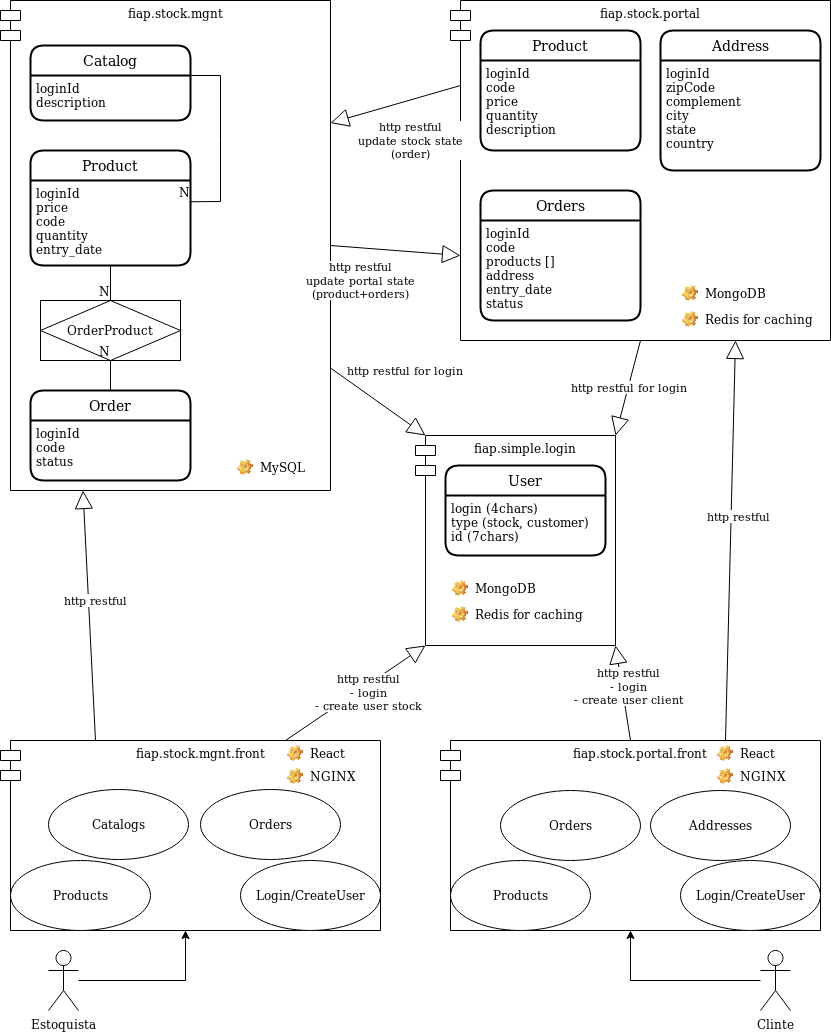
This is docs/fiap.stock.ecommerce.png from jeanvillete/fiap-stock-ecommerce, a draw.io export, as it was before one commit. Source tidied: cells renumbered, new cells last; positions are measured from the earlier drawing's top-left corner, leaving out a move shared by most shapes.
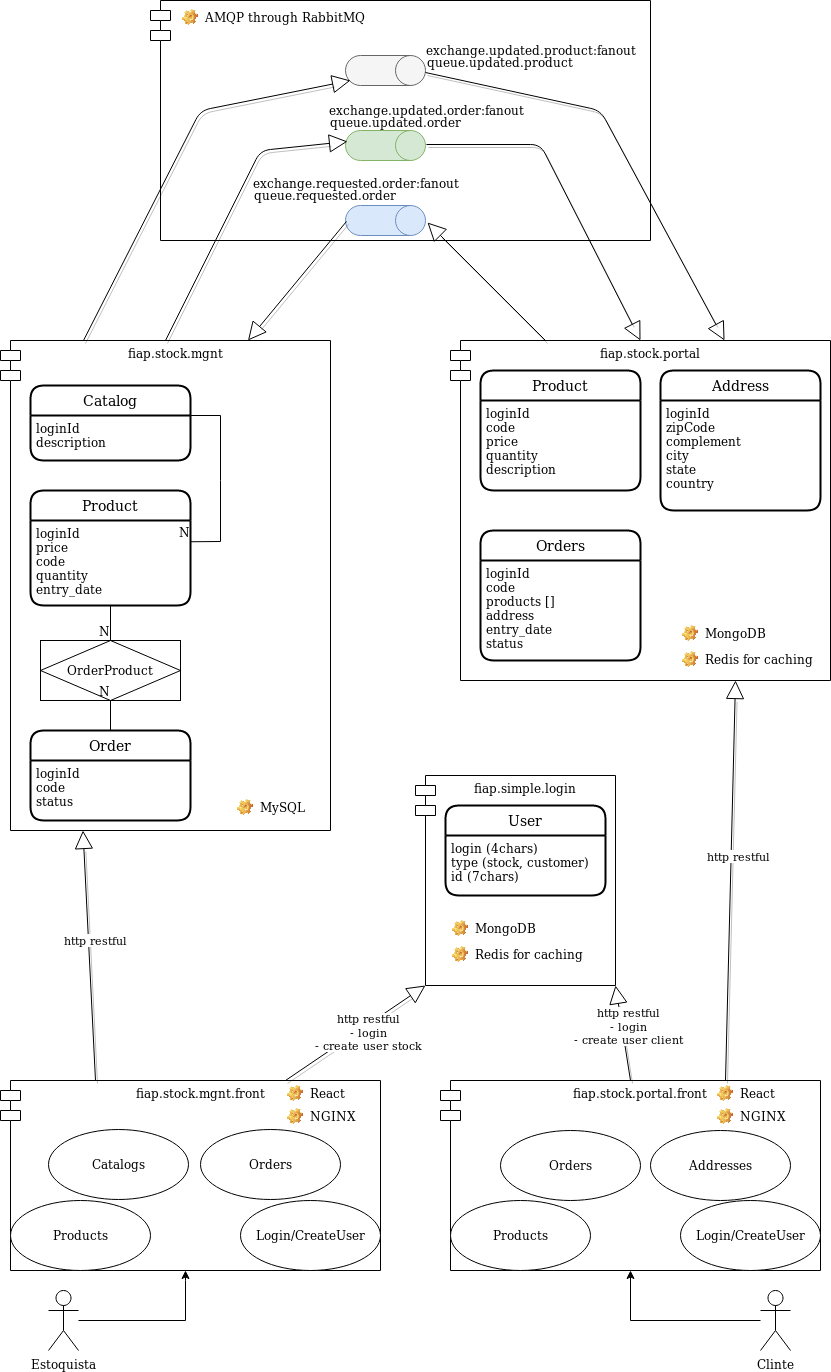
Above is the later version.

Commit message:
Adição da seção no readme para matéria; integrations and dev tools

[#11]

The edit, as a diff of the source:
```diff
@@ -65,18 +65,6 @@
     <mxCell id="20" value="loginId&#10;code&#10;status&#10;" style="align=left;strokeColor=none;fillColor=none;spacingLeft=4;fontSize=12;verticalAlign=top;" parent="19" vertex="1">
       <mxGeometry y="30" width="160" height="60" as="geometry" />
     </mxCell>
-    <mxCell id="21" value="&lt;div&gt;http restful &lt;br&gt;&lt;/div&gt;&lt;div&gt;update portal state&lt;br&gt;&lt;/div&gt;&lt;div&gt;(product+orders)&lt;/div&gt;" style="endArrow=block;endSize=16;endFill=0;html=1;exitX=1;exitY=0.5;exitDx=0;exitDy=0;entryX=0;entryY=0.75;entryDx=10;entryDy=0;entryPerimeter=0;" parent="1" edge="1" source="2" target="11">
-      <mxGeometry x="-0.5" y="-33" relative="1" as="geometry" />
-    </mxCell>
-    <mxCell id="22" value="&lt;div&gt;http restful&lt;/div&gt;&lt;div&gt;update stock state&lt;br&gt;&lt;/div&gt;&lt;div&gt;(order)&lt;/div&gt;" style="endArrow=block;endSize=16;endFill=0;html=1;entryX=1;entryY=0.25;entryDx=0;entryDy=0;exitX=0;exitY=0.25;exitDx=10;exitDy=0;exitPerimeter=0;" parent="1" edge="1" source="11" target="2">
-      <mxGeometry x="-0.06" y="39" relative="1" as="geometry" />
-    </mxCell>
-    <mxCell id="23" value="http restful for login" style="endArrow=block;endSize=16;endFill=0;html=1;exitX=1;exitY=0.75;exitDx=0;exitDy=0;entryX=0;entryY=0;entryDx=10;entryDy=0;entryPerimeter=0;" parent="1" edge="1" source="2" target="3">
-      <mxGeometry x="0.06" y="41" relative="1" as="geometry" />
-    </mxCell>
-    <mxCell id="24" value="http restful for login" style="endArrow=block;endSize=16;endFill=0;html=1;exitX=0.5;exitY=1;exitDx=0;exitDy=0;entryX=1;entryY=0;entryDx=0;entryDy=0;" parent="1" edge="1" source="11" target="3">
-      <mxGeometry relative="1" as="geometry" />
-    </mxCell>
     <mxCell id="25" value="MongoDB" style="label;fontStyle=0;strokeColor=none;fillColor=none;align=left;verticalAlign=top;overflow=hidden;spacingLeft=28;spacingRight=4;imageWidth=16;imageHeight=16;image=img/clipart/Gear_128x128.png;" parent="1" vertex="1">
       <mxGeometry x="675" y="280" width="120" height="26" as="geometry" />
     </mxCell>
@@ -131,16 +119,16 @@
     <mxCell id="42" value="Login/CreateUser" style="ellipse;whiteSpace=wrap;html=1;" parent="1" vertex="1">
       <mxGeometry x="680" y="860" width="140" height="70" as="geometry" />
     </mxCell>
-    <mxCell id="43" value="http restful " style="endArrow=block;endSize=16;endFill=0;html=1;exitX=0.25;exitY=0;exitDx=0;exitDy=0;entryX=0.25;entryY=1;entryDx=0;entryDy=0;" parent="1" edge="1" source="37" target="2">
+    <mxCell id="43" value="http restful " style="endArrow=block;endSize=16;endFill=0;html=1;exitX=0.25;exitY=0;exitDx=0;exitDy=0;entryX=0.25;entryY=1;entryDx=0;entryDy=0;shadow=1;" parent="1" edge="1" source="37" target="2">
       <mxGeometry x="0.12" y="-7" relative="1" as="geometry" />
     </mxCell>
-    <mxCell id="44" value="http restful" style="endArrow=block;endSize=16;endFill=0;html=1;exitX=0.75;exitY=0;exitDx=0;exitDy=0;entryX=0.75;entryY=1;entryDx=0;entryDy=0;" parent="1" edge="1" source="33" target="11">
+    <mxCell id="44" value="http restful" style="endArrow=block;endSize=16;endFill=0;html=1;exitX=0.75;exitY=0;exitDx=0;exitDy=0;entryX=0.75;entryY=1;entryDx=0;entryDy=0;shadow=1;" parent="1" edge="1" source="33" target="11">
       <mxGeometry x="0.12" y="-7" relative="1" as="geometry" />
     </mxCell>
-    <mxCell id="45" value="&lt;div&gt;http restful &lt;br&gt;&lt;/div&gt;&lt;div&gt;- login&lt;/div&gt;&lt;div&gt;- create user stock&lt;br&gt;&lt;/div&gt;" style="endArrow=block;endSize=16;endFill=0;html=1;exitX=0.75;exitY=0;exitDx=0;exitDy=0;entryX=0;entryY=1;entryDx=10;entryDy=0;entryPerimeter=0;" parent="1" edge="1" source="37" target="3">
+    <mxCell id="45" value="&lt;div&gt;http restful &lt;br&gt;&lt;/div&gt;&lt;div&gt;- login&lt;/div&gt;&lt;div&gt;- create user stock&lt;br&gt;&lt;/div&gt;" style="endArrow=block;endSize=16;endFill=0;html=1;exitX=0.75;exitY=0;exitDx=0;exitDy=0;entryX=0;entryY=1;entryDx=10;entryDy=0;entryPerimeter=0;shadow=1;" parent="1" edge="1" source="37" target="3">
       <mxGeometry x="0.12" y="-7" relative="1" as="geometry" />
     </mxCell>
-    <mxCell id="46" value="&lt;div&gt;http restful&lt;/div&gt;&lt;div&gt;- login&lt;/div&gt;&lt;div&gt;- create user client&lt;br&gt;&lt;/div&gt;" style="endArrow=block;endSize=16;endFill=0;html=1;exitX=0.5;exitY=0;exitDx=0;exitDy=0;entryX=1;entryY=1;entryDx=0;entryDy=0;" parent="1" edge="1" source="33" target="3">
+    <mxCell id="46" value="&lt;div&gt;http restful&lt;/div&gt;&lt;div&gt;- login&lt;/div&gt;&lt;div&gt;- create user client&lt;br&gt;&lt;/div&gt;" style="endArrow=block;endSize=16;endFill=0;html=1;exitX=0.5;exitY=0;exitDx=0;exitDy=0;entryX=1;entryY=1;entryDx=0;entryDy=0;shadow=1;" parent="1" edge="1" source="33" target="3">
       <mxGeometry x="0.12" y="-7" relative="1" as="geometry" />
     </mxCell>
     <mxCell id="47" value="User" style="swimlane;horizontal=1;startSize=30;rounded=1;fontSize=14;fontStyle=0;strokeWidth=2;shadow=0;dashed=0;align=center;" parent="1" vertex="1">
@@ -182,5 +170,74 @@
     <mxCell id="56" value="NGINX" style="label;fontStyle=0;strokeColor=none;fillColor=none;align=left;verticalAlign=top;overflow=hidden;spacingLeft=28;spacingRight=4;imageWidth=16;imageHeight=16;image=img/clipart/Gear_128x128.png;" parent="1" vertex="1">
       <mxGeometry x="710" y="763" width="120" height="26" as="geometry" />
     </mxCell>
+    <mxCell id="57" style="shape=module;align=left;spacingLeft=20;align=center;verticalAlign=top;" parent="1" vertex="1">
+      <mxGeometry x="150" y="-340" width="500" height="240" as="geometry" />
+    </mxCell>
+    <mxCell id="58" style="shape=cylinder2;whiteSpace=wrap;html=1;boundedLbl=1;backgroundOutline=1;size=15;rotation=90;fillColor=#dae8fc;strokeColor=#6c8ebf;" parent="1" vertex="1">
+      <mxGeometry x="370" y="-160" width="30" height="80" as="geometry" />
+    </mxCell>
+    <mxCell id="59" value="exchange.requested.order:fanout" style="text;html=1;strokeColor=none;fillColor=none;align=center;verticalAlign=middle;whiteSpace=wrap;rounded=0;" parent="1" vertex="1">
+      <mxGeometry x="170.5" y="-167" width="370" height="20" as="geometry" />
+    </mxCell>
+    <mxCell id="60" value="queue.requested.order" style="text;html=1;strokeColor=none;fillColor=none;align=center;verticalAlign=middle;whiteSpace=wrap;rounded=0;" parent="1" vertex="1">
+      <mxGeometry x="139.5" y="-155" width="370" height="20" as="geometry" />
+    </mxCell>
+    <mxCell id="61" style="endArrow=block;endSize=16;endFill=0;html=1;exitX=0.25;exitY=0;exitDx=0;exitDy=0;entryX=0.567;entryY=-0.025;entryDx=0;entryDy=0;entryPerimeter=0;shadow=1;sketch=0;" parent="1" edge="1" source="11" target="58">
+      <mxGeometry x="-0.5" y="-33" relative="1" as="geometry" />
+    </mxCell>
+    <mxCell id="62" style="endArrow=block;endSize=16;endFill=0;html=1;entryX=0.75;entryY=0;entryDx=0;entryDy=0;exitX=0.533;exitY=0.988;exitDx=0;exitDy=0;exitPerimeter=0;shadow=1;" parent="1" edge="1" source="58" target="2">
+      <mxGeometry x="-0.5" y="-33" relative="1" as="geometry" />
+    </mxCell>
+    <mxCell id="63" value="AMQP through RabbitMQ" style="label;fontStyle=0;strokeColor=none;fillColor=none;align=left;verticalAlign=top;overflow=hidden;spacingLeft=28;spacingRight=4;imageWidth=16;imageHeight=16;image=img/clipart/Gear_128x128.png;" parent="1" vertex="1">
+      <mxGeometry x="175" y="-336" width="200" height="26" as="geometry" />
+    </mxCell>
+    <mxCell id="64" style="shape=cylinder2;whiteSpace=wrap;html=1;boundedLbl=1;backgroundOutline=1;size=15;rotation=90;fillColor=#d5e8d4;strokeColor=#82b366;" parent="1" vertex="1">
+      <mxGeometry x="370" y="-235" width="30" height="80" as="geometry" />
+    </mxCell>
+    <mxCell id="65" style="shape=cylinder2;whiteSpace=wrap;html=1;boundedLbl=1;backgroundOutline=1;size=15;rotation=90;fillColor=#f5f5f5;strokeColor=#666666;fontColor=#333333;" parent="1" vertex="1">
+      <mxGeometry x="370" y="-310" width="30" height="80" as="geometry" />
+    </mxCell>
+    <mxCell id="66" value="exchange.updated.order:fanout" style="text;html=1;strokeColor=none;fillColor=none;align=center;verticalAlign=middle;whiteSpace=wrap;rounded=0;" parent="1" vertex="1">
+      <mxGeometry x="241" y="-240" width="370" height="20" as="geometry" />
+    </mxCell>
+    <mxCell id="67" value="queue.updated.order" style="text;html=1;strokeColor=none;fillColor=none;align=center;verticalAlign=middle;whiteSpace=wrap;rounded=0;" parent="1" vertex="1">
+      <mxGeometry x="210" y="-228" width="370" height="20" as="geometry" />
+    </mxCell>
+    <mxCell id="68" value="exchange.updated.product:fanout" style="text;html=1;strokeColor=none;fillColor=none;align=center;verticalAlign=middle;whiteSpace=wrap;rounded=0;" parent="1" vertex="1">
+      <mxGeometry x="345.5" y="-300" width="370" height="20" as="geometry" />
+    </mxCell>
+    <mxCell id="69" value="queue.updated.product" style="text;html=1;strokeColor=none;fillColor=none;align=center;verticalAlign=middle;whiteSpace=wrap;rounded=0;" parent="1" vertex="1">
+      <mxGeometry x="314.5" y="-288" width="370" height="20" as="geometry" />
+    </mxCell>
+    <mxCell id="70" style="endArrow=block;endSize=16;endFill=0;html=1;exitX=0.467;exitY=-0.012;exitDx=0;exitDy=0;entryX=0.5;entryY=0;entryDx=0;entryDy=0;shadow=1;sketch=0;exitPerimeter=0;" parent="1" edge="1" source="64" target="11">
+      <mxGeometry x="-0.5" y="-33" relative="1" as="geometry">
+        <Array as="points">
+          <mxPoint x="540" y="-196" />
+        </Array>
+      </mxGeometry>
+    </mxCell>
+    <mxCell id="71" style="endArrow=block;endSize=16;endFill=0;html=1;entryX=0.367;entryY=0.975;entryDx=0;entryDy=0;exitX=0.5;exitY=0;exitDx=0;exitDy=0;entryPerimeter=0;shadow=1;" parent="1" edge="1" source="2" target="64">
+      <mxGeometry x="-0.5" y="-33" relative="1" as="geometry">
+        <Array as="points">
+          <mxPoint x="260" y="-190" />
+        </Array>
+      </mxGeometry>
+    </mxCell>
+    <mxCell id="72" style="endArrow=block;endSize=16;endFill=0;html=1;entryX=0.833;entryY=0.938;entryDx=0;entryDy=0;exitX=0.5;exitY=0;exitDx=0;exitDy=0;entryPerimeter=0;shadow=1;" parent="1" edge="1" target="65">
+      <mxGeometry x="-0.5" y="-33" relative="1" as="geometry">
+        <mxPoint x="83" as="sourcePoint" />
+        <Array as="points">
+          <mxPoint x="200" y="-230" />
+        </Array>
+      </mxGeometry>
+    </mxCell>
+    <mxCell id="73" style="endArrow=block;endSize=16;endFill=0;html=1;exitX=0.567;exitY=0;exitDx=0;exitDy=0;entryX=0.5;entryY=0;entryDx=0;entryDy=0;shadow=1;sketch=0;exitPerimeter=0;" parent="1" edge="1" source="65">
+      <mxGeometry x="-0.5" y="-33" relative="1" as="geometry">
+        <mxPoint x="724" as="targetPoint" />
+        <Array as="points">
+          <mxPoint x="600" y="-230" />
+        </Array>
+      </mxGeometry>
+    </mxCell>
   </root>
 </mxGraphModel>
```
